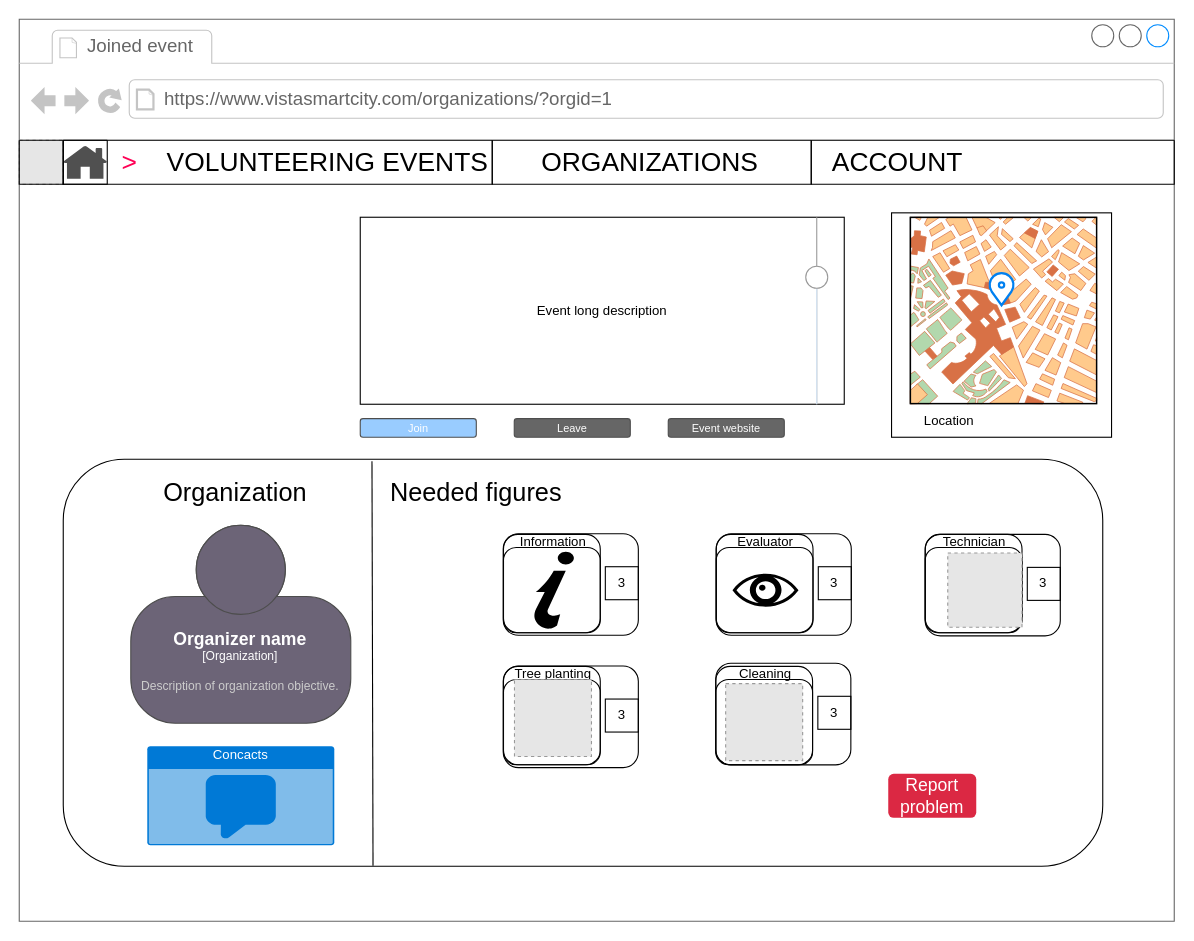
Earlier version of the draw.io diagram project/organizationmockup.drawio (josura/HCI). Source tidied: cells renumbered, new cells numbered last; positions are measured from the earlier drawing's top-left corner, leaving out a move shared by most shapes. Both pictures are drawn from the tidied source at 110%, with x=0, y=0 at pixel (19, 19). Pictures stored in the file or linked from it are replaced by grey dashed boxes.
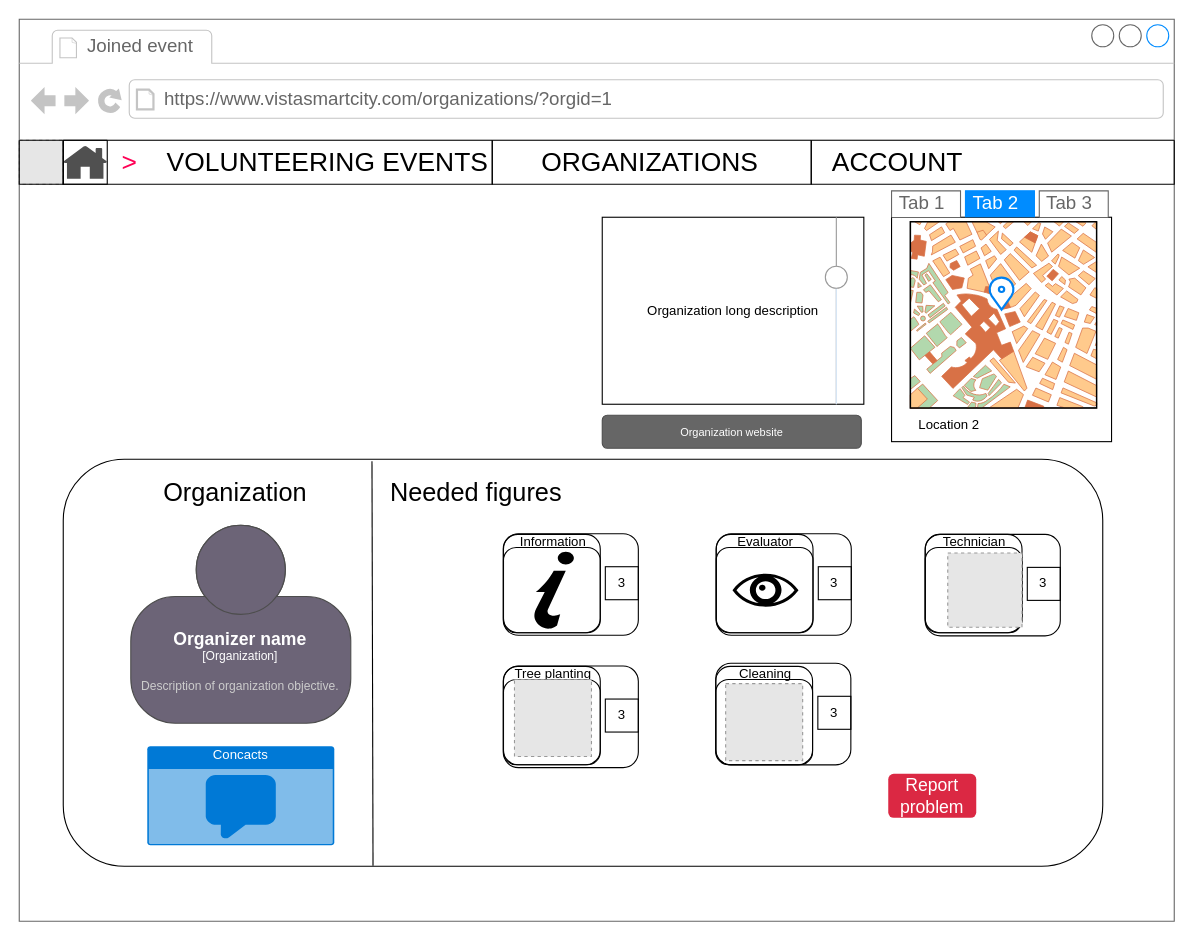
Above is the later version.

The change refers to these unchanged cells:
```xml
<mxCell id="2" style="strokeWidth=1;shadow=0;dashed=0;align=center;html=1;shape=mxgraph.mockup.containers.browserWindow;rSize=0;strokeColor=#666666;mainText=,;rounded=0;labelBackgroundColor=none;fontFamily=Verdana;fontSize=12;" parent="1" vertex="1">
  <mxGeometry width="1050" height="820" as="geometry" />
</mxCell>
```

Diff of the diagram source:
```diff
@@
-    <mxCell id="6" value="Event long description" style="rounded=0;whiteSpace=wrap;html=1;" parent="2" vertex="1">
-      <mxGeometry x="310" y="180" width="440" height="170" as="geometry" />
+    <mxCell id="6" value="Organization long description" style="rounded=0;whiteSpace=wrap;html=1;" parent="2" vertex="1">
+      <mxGeometry x="530" y="180" width="237.8" height="170" as="geometry" />
     </mxCell>
     <mxCell id="7" style="verticalLabelPosition=bottom;shadow=0;dashed=0;align=center;html=1;verticalAlign=top;strokeWidth=1;shape=mxgraph.mockup.forms.horSlider;strokeColor=#999999;sliderStyle=basic;sliderPos=69.032;handleStyle=circle;fillColor2=#ddeeff;direction=north;" parent="2" vertex="1">
-      <mxGeometry x="710" y="180" width="30" height="170" as="geometry" />
+      <mxGeometry x="727.8" y="180" width="30" height="170" as="geometry" />
     </mxCell>
@@
     <mxCell id="9" style="rounded=0;whiteSpace=wrap;html=1;" parent="2" vertex="1">
-      <mxGeometry x="793" y="176" width="200" height="204" as="geometry" />
+      <mxGeometry x="793" y="180" width="200" height="204" as="geometry" />
     </mxCell>
     <mxCell id="10" style="verticalLabelPosition=bottom;shadow=0;dashed=0;align=center;html=1;verticalAlign=top;strokeWidth=1;shape=mxgraph.mockup.misc.map;" parent="2" vertex="1">
-      <mxGeometry x="810" y="180" width="170" height="170" as="geometry" />
+      <mxGeometry x="810" y="184" width="170" height="170" as="geometry" />
     </mxCell>
-    <mxCell id="11" value="Location" style="text;html=1;align=center;verticalAlign=middle;strokeColor=none;fillColor=none;" parent="2" vertex="1">
-      <mxGeometry x="810" y="350" width="70" height="30" as="geometry" />
+    <mxCell id="11" value="Location 2" style="text;html=1;align=center;verticalAlign=middle;strokeColor=none;fillColor=none;" parent="2" vertex="1">
+      <mxGeometry x="805" y="354" width="80" height="30" as="geometry" />
     </mxCell>
     <mxCell id="12" style="html=1;verticalLabelPosition=bottom;align=center;labelBackgroundColor=#ffffff;verticalAlign=top;strokeWidth=2;strokeColor=#0080F0;shadow=0;dashed=0;shape=mxgraph.ios7.icons.location;" parent="2" vertex="1">
-      <mxGeometry x="881" y="230" width="24" height="30" as="geometry" />
+      <mxGeometry x="881" y="234" width="24" height="30" as="geometry" />
     </mxCell>
@@
-    <mxCell id="14" value="Leave" style="rounded=1;html=1;shadow=0;dashed=0;whiteSpace=wrap;fontSize=10;fillColor=#666666;align=center;strokeColor=#4D4D4D;fontColor=#ffffff;" parent="2" vertex="1">
-      <mxGeometry x="450" y="363.1" width="105.5" height="16.9" as="geometry" />
-    </mxCell>
-    <mxCell id="15" value="Event website" style="rounded=1;html=1;shadow=0;dashed=0;whiteSpace=wrap;fontSize=10;fillColor=#666666;align=center;strokeColor=#4D4D4D;fontColor=#ffffff;" parent="2" vertex="1">
-      <mxGeometry x="590" y="363.1" width="105.5" height="16.9" as="geometry" />
+    <mxCell id="15" value="Organization website" style="rounded=1;html=1;shadow=0;dashed=0;whiteSpace=wrap;fontSize=10;fillColor=#666666;align=center;strokeColor=#4D4D4D;fontColor=#ffffff;" parent="2" vertex="1">
+      <mxGeometry x="530" y="360" width="235.5" height="30" as="geometry" />
     </mxCell>
@@
-    <mxCell id="20" value="Join" style="rounded=1;html=1;shadow=0;dashed=0;whiteSpace=wrap;fontSize=10;fillColor=#99CCFF;align=center;strokeColor=#4D4D4D;fontColor=#ffffff;" parent="2" vertex="1">
-      <mxGeometry x="310" y="363.1" width="105.5" height="16.9" as="geometry" />
-    </mxCell>
@@
+    <mxCell id="67" style="group;" parent="2" vertex="1">
+      <mxGeometry x="793" y="156" width="197" height="24" as="geometry" />
+    </mxCell>
+    <mxCell id="68" value="Tab 1" style="strokeWidth=1;shadow=0;dashed=0;align=center;html=1;shape=mxgraph.mockup.forms.uRect;fontSize=17;fontColor=#666666;align=left;spacingLeft=5;strokeColor=#666666;" parent="67" vertex="1">
+      <mxGeometry width="62.7" height="24" as="geometry" />
+    </mxCell>
+    <mxCell id="69" value="Tab 2" style="strokeWidth=1;shadow=0;dashed=0;align=center;html=1;shape=mxgraph.mockup.forms.uRect;fontSize=17;fontColor=#ffffff;align=left;spacingLeft=5;strokeColor=#008cff;fillColor=#008cff;" parent="67" vertex="1">
+      <mxGeometry x="67.2" width="62.7" height="24" as="geometry" />
+    </mxCell>
+    <mxCell id="70" value="Tab 3" style="strokeWidth=1;shadow=0;dashed=0;align=center;html=1;shape=mxgraph.mockup.forms.uRect;fontSize=17;fontColor=#666666;align=left;spacingLeft=5;strokeColor=#666666;" parent="67" vertex="1">
+      <mxGeometry x="134.3" width="62.7" height="24" as="geometry" />
+    </mxCell>
```
